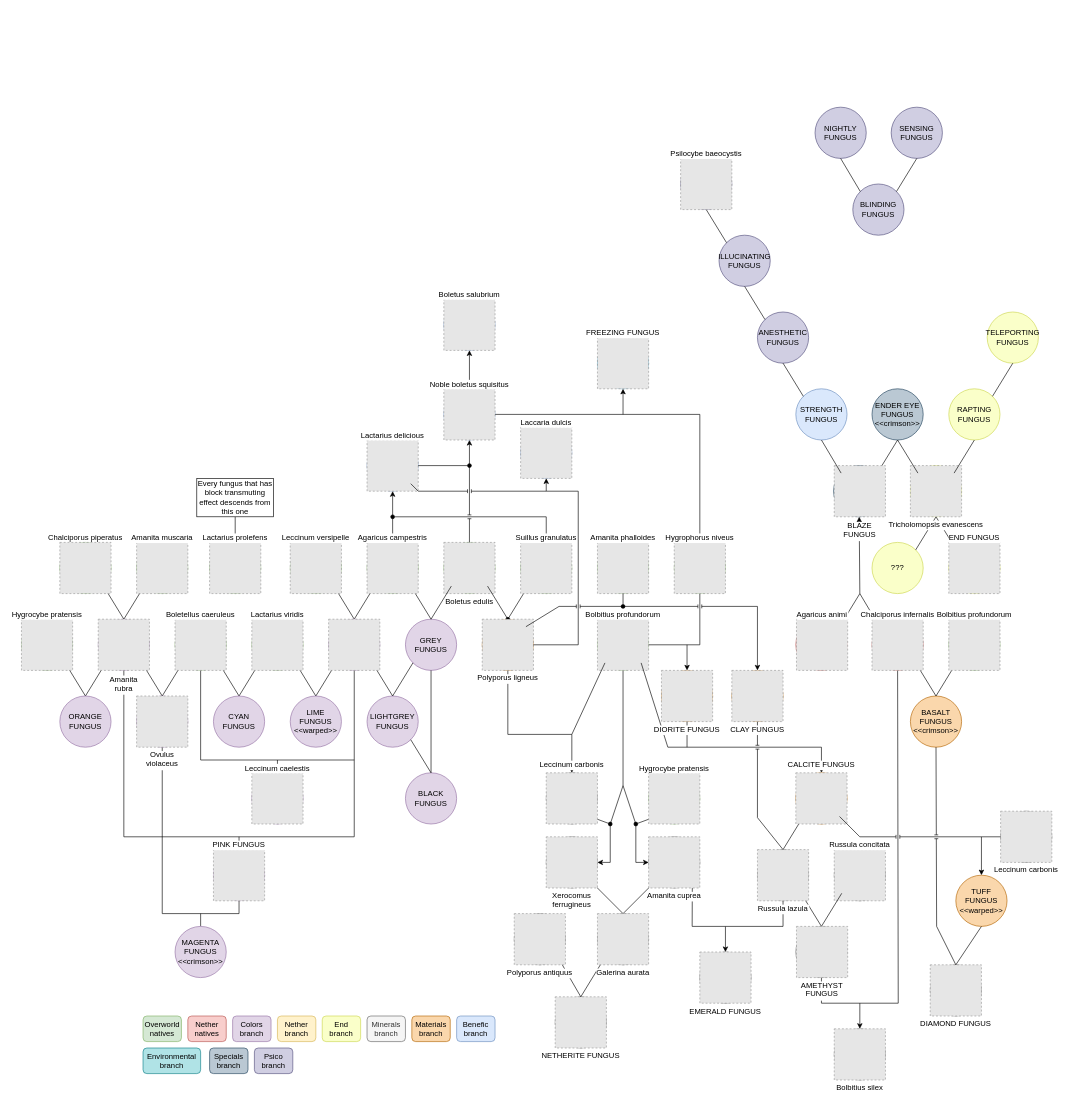
Before: src/main/resources/data/mycologymod/mutations/mutations-diagram.drawio in SimoMett/MycologyMC, a draw.io diagram. Source tidied: cells renumbered, new cells numbered last; positions are measured from the earlier drawing's top-left corner, leaving out a move shared by most shapes. Both pictures are drawn from the tidied source at 64%, with x=0, y=0 at pixel (21, 107). Pictures stored in the file or linked from it are replaced by grey dashed boxes.
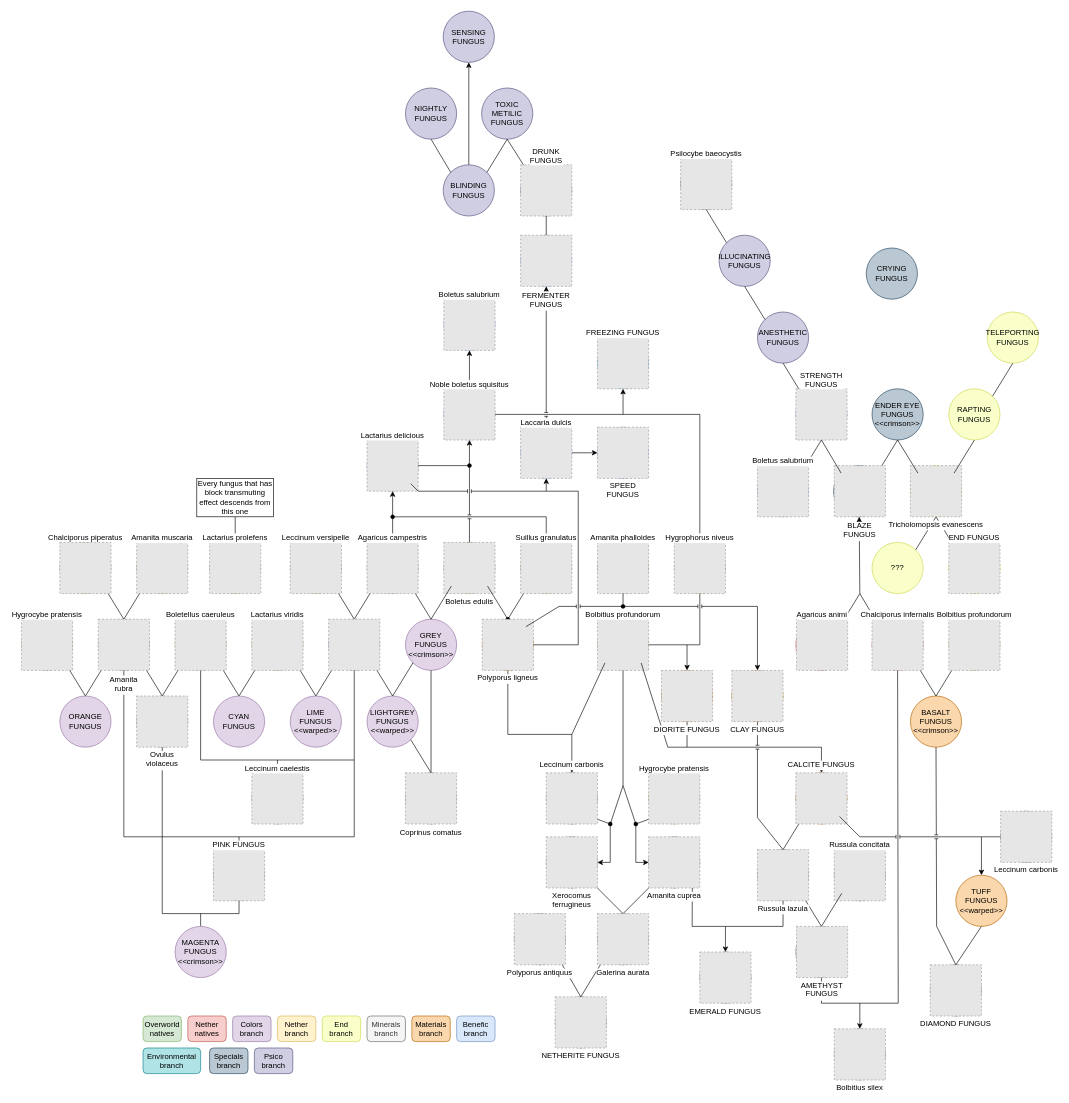
After the change.

Commit message (it also covers changes not shown here):
New branch, fungi and mutations

The change refers to these unchanged cells:
```xml
<mxCell id="146" style="ellipse;whiteSpace=wrap;html=1;fillColor=#dae8fc;strokeColor=#6c8ebf;" parent="1" vertex="1">
  <mxGeometry x="780" y="500" width="80" height="80" as="geometry" />
</mxCell>
```

Diff of the diagram source:
```diff
@@
-    <mxCell id="44" value="LIGHTGREY&lt;br&gt;FUNGUS" style="ellipse;whiteSpace=wrap;html=1;fillColor=#e1d5e7;strokeColor=#9673a6;" parent="1" vertex="1">
+    <mxCell id="44" value="LIGHTGREY&lt;br&gt;FUNGUS&lt;div&gt;&amp;lt;&amp;lt;warped&amp;gt;&amp;gt;&lt;/div&gt;" style="ellipse;whiteSpace=wrap;html=1;fillColor=#e1d5e7;strokeColor=#9673a6;" parent="1" vertex="1">
       <mxGeometry x="540" y="920" width="80" height="80" as="geometry" />
     </mxCell>
-    <mxCell id="45" value="GREY&lt;br&gt;FUNGUS" style="ellipse;whiteSpace=wrap;html=1;fillColor=#e1d5e7;strokeColor=#9673a6;" parent="1" vertex="1">
+    <mxCell id="45" value="GREY&lt;br&gt;FUNGUS&lt;div&gt;&amp;lt;&amp;lt;crimson&amp;gt;&amp;gt;&lt;/div&gt;" style="ellipse;whiteSpace=wrap;html=1;fillColor=#e1d5e7;strokeColor=#9673a6;" parent="1" vertex="1">
       <mxGeometry x="600" y="800" width="80" height="80" as="geometry" />
     </mxCell>
@@
-    <mxCell id="92" value="BLACK&lt;br&gt;FUNGUS" style="ellipse;whiteSpace=wrap;html=1;fillColor=#e1d5e7;strokeColor=#9673a6;" parent="1" vertex="1">
+    <mxCell id="92" style="ellipse;whiteSpace=wrap;html=1;fillColor=#e1d5e7;strokeColor=#9673a6;" parent="1" vertex="1">
       <mxGeometry x="600" y="1040" width="80" height="80" as="geometry" />
     </mxCell>
@@
+    <mxCell id="220" style="edgeStyle=orthogonalEdgeStyle;rounded=0;jettySize=auto;html=1;" parent="1" edge="1" source="146" target="226">
+      <mxGeometry relative="1" as="geometry" />
+    </mxCell>
+    <mxCell id="221" style="edgeStyle=orthogonalEdgeStyle;rounded=0;jettySize=auto;html=1;endArrow=classic;endFill=1;jumpStyle=line;" parent="1" edge="1" source="146" target="227">
+      <mxGeometry relative="1" as="geometry" />
+    </mxCell>
@@
-    <mxCell id="205" value="STRENGTH&lt;div&gt;FUNGUS&lt;/div&gt;" style="ellipse;whiteSpace=wrap;html=1;fillColor=#dae8fc;strokeColor=#6c8ebf;" parent="1" vertex="1">
+    <mxCell id="205" style="ellipse;whiteSpace=wrap;html=1;fillColor=#dae8fc;strokeColor=#6c8ebf;" parent="1" vertex="1">
       <mxGeometry x="1210" y="440" width="80" height="80" as="geometry" />
     </mxCell>
@@
     <mxCell id="215" value="SENSING&lt;div&gt;FUNGUS&lt;/div&gt;" style="ellipse;whiteSpace=wrap;html=1;fillColor=#d0cee2;strokeColor=#56517e;" parent="1" vertex="1">
-      <mxGeometry x="1359" width="80" height="80" as="geometry" />
+      <mxGeometry x="659" y="-150" width="80" height="80" as="geometry" />
     </mxCell>
     <mxCell id="216" value="BLINDING&lt;div&gt;FUNGUS&lt;/div&gt;" style="ellipse;whiteSpace=wrap;html=1;fillColor=#d0cee2;strokeColor=#56517e;" parent="1" vertex="1">
-      <mxGeometry x="1299" y="120" width="80" height="80" as="geometry" />
+      <mxGeometry x="659" y="90" width="80" height="80" as="geometry" />
     </mxCell>
-    <mxCell id="217" style="endArrow=none;html=1;rounded=0;entryX=0.5;entryY=1;entryDx=0;entryDy=0;exitX=1;exitY=0;exitDx=0;exitDy=0;" parent="1" edge="1" source="216" target="215">
+    <mxCell id="217" style="endArrow=classic;html=1;rounded=0;entryX=0.5;entryY=1;entryDx=0;entryDy=0;exitX=0.5;exitY=0;exitDx=0;exitDy=0;endFill=1;" parent="1" edge="1" source="216" target="215">
       <mxGeometry relative="1" as="geometry" />
     </mxCell>
     <mxCell id="218" value="NIGHTLY&lt;div&gt;FUNGUS&lt;/div&gt;" style="ellipse;whiteSpace=wrap;html=1;fillColor=#d0cee2;strokeColor=#56517e;" parent="1" vertex="1">
-      <mxGeometry x="1240" width="80" height="80" as="geometry" />
+      <mxGeometry x="600" y="-30" width="80" height="80" as="geometry" />
     </mxCell>
@@
+    <mxCell id="222" value="&lt;span style=&quot;background-color: initial;&quot;&gt;TOXIC&lt;/span&gt;&lt;div&gt;&lt;span style=&quot;background-color: initial;&quot;&gt;METILIC&lt;/span&gt;&lt;/div&gt;&lt;div&gt;&lt;span style=&quot;background-color: initial;&quot;&gt;FUNGUS&lt;/span&gt;&lt;/div&gt;" style="ellipse;whiteSpace=wrap;html=1;fillColor=#d0cee2;strokeColor=#56517e;" parent="1" vertex="1">
+      <mxGeometry x="719" y="-30" width="80" height="80" as="geometry" />
+    </mxCell>
+    <mxCell id="223" style="endArrow=none;html=1;rounded=0;entryX=0.5;entryY=1;entryDx=0;entryDy=0;exitX=1;exitY=0;exitDx=0;exitDy=0;" parent="1" edge="1" source="216" target="222">
+      <mxGeometry relative="1" as="geometry" />
+    </mxCell>
+    <mxCell id="224" style="ellipse;whiteSpace=wrap;html=1;fillColor=#d0cee2;strokeColor=#56517e;" parent="1" vertex="1">
+      <mxGeometry x="780" y="90" width="80" height="80" as="geometry" />
+    </mxCell>
+    <mxCell id="225" style="endArrow=none;html=1;rounded=0;entryX=0.5;entryY=1;entryDx=0;entryDy=0;exitX=0;exitY=0;exitDx=0;exitDy=0;" parent="1" edge="1" source="224" target="222">
+      <mxGeometry relative="1" as="geometry" />
+    </mxCell>
+    <mxCell id="226" style="ellipse;whiteSpace=wrap;html=1;fillColor=#dae8fc;strokeColor=#6c8ebf;" parent="1" vertex="1">
+      <mxGeometry x="900" y="500" width="80" height="80" as="geometry" />
+    </mxCell>
+    <mxCell id="227" style="ellipse;whiteSpace=wrap;html=1;fillColor=#dae8fc;strokeColor=#6c8ebf;" parent="1" vertex="1">
+      <mxGeometry x="780" y="200" width="80" height="80" as="geometry" />
+    </mxCell>
+    <mxCell id="228" style="endArrow=none;html=1;rounded=0;entryX=0.5;entryY=1;entryDx=0;entryDy=0;exitX=0.5;exitY=0;exitDx=0;exitDy=0;" parent="1" edge="1" source="227" target="224">
+      <mxGeometry relative="1" as="geometry" />
+    </mxCell>
+    <mxCell id="229" value="FERMENTER&#10;FUNGUS" style="fillColor=#E6E6E6;strokeColor=#999999;dashed=1;verticalLabelPosition=bottom;labelBackgroundColor=default;verticalAlign=top;" parent="1" vertex="1">
+      <mxGeometry x="780" y="200" width="80" height="80" as="geometry" />
+    </mxCell>
+    <mxCell id="230" value="DRUNK&#10;FUNGUS" style="fillColor=#E6E6E6;strokeColor=#999999;dashed=1;verticalLabelPosition=top;labelBackgroundColor=default;verticalAlign=bottom;spacing=0;labelPosition=center;align=center;" parent="1" vertex="1">
+      <mxGeometry x="780" y="90" width="80" height="80" as="geometry" />
+    </mxCell>
+    <mxCell id="231" value="SPEED&#10;FUNGUS" style="fillColor=#E6E6E6;strokeColor=#999999;dashed=1;verticalLabelPosition=bottom;labelBackgroundColor=default;verticalAlign=top;spacing=0;" parent="1" vertex="1">
+      <mxGeometry x="900" y="500" width="80" height="80" as="geometry" />
+    </mxCell>
+    <mxCell id="232" value="Coprinus comatus" style="fillColor=#E6E6E6;strokeColor=#999999;dashed=1;verticalLabelPosition=bottom;labelBackgroundColor=default;verticalAlign=top;" parent="1" vertex="1">
+      <mxGeometry x="600" y="1040" width="80" height="80" as="geometry" />
+    </mxCell>
+    <mxCell id="233" value="CRYING&lt;div&gt;FUNGUS&lt;/div&gt;" style="ellipse;whiteSpace=wrap;html=1;rounded=1;align=center;verticalAlign=middle;fontFamily=Helvetica;fontSize=12;fillColor=#bac8d3;strokeColor=#23445d;" parent="1" vertex="1">
+      <mxGeometry x="1320" y="220" width="80" height="80" as="geometry" />
+    </mxCell>
+    <mxCell id="234" style="ellipse;whiteSpace=wrap;html=1;fillColor=#dae8fc;strokeColor=#6c8ebf;" parent="1" vertex="1">
+      <mxGeometry x="1150" y="560" width="80" height="80" as="geometry" />
+    </mxCell>
+    <mxCell id="235" style="endArrow=none;html=1;rounded=0;entryX=0.5;entryY=1;entryDx=0;entryDy=0;exitX=1;exitY=0;exitDx=0;exitDy=0;" parent="1" edge="1" source="234" target="205">
+      <mxGeometry relative="1" as="geometry" />
+    </mxCell>
+    <mxCell id="236" value="Boletus salubrium" style="fillColor=#E6E6E6;strokeColor=#999999;dashed=1;verticalLabelPosition=top;labelBackgroundColor=default;verticalAlign=bottom;labelPosition=center;align=center;spacing=0;" parent="1" vertex="1">
+      <mxGeometry x="1150" y="560" width="80" height="80" as="geometry" />
+    </mxCell>
+    <mxCell id="237" value="STRENGTH&#10;FUNGUS" style="fillColor=#E6E6E6;strokeColor=#999999;dashed=1;verticalLabelPosition=top;labelBackgroundColor=default;verticalAlign=bottom;spacing=0;labelPosition=center;align=center;" parent="1" vertex="1">
+      <mxGeometry x="1210" y="440" width="80" height="80" as="geometry" />
+    </mxCell>
```
